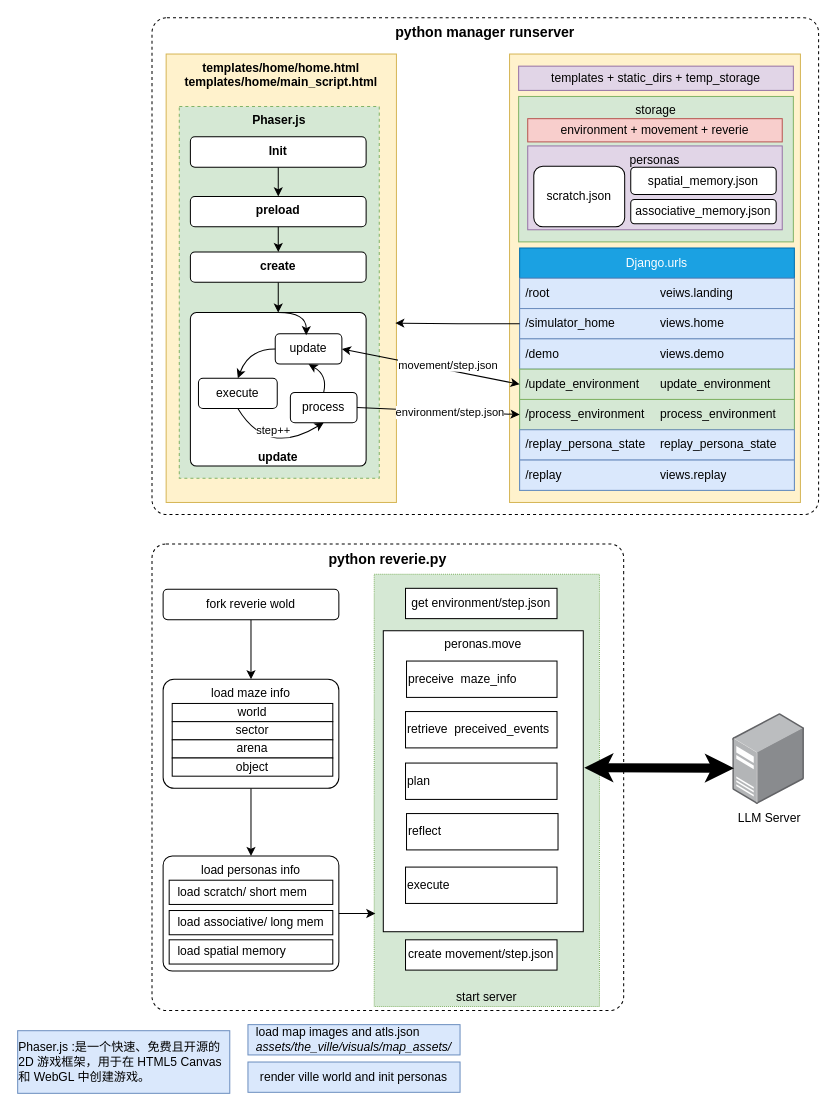
This is page "workflow" (2 of 2) of generative_agents.drawio from fengchutadie/diagram, a draw.io file, before an edit. Source tidied: cells renumbered, new cells numbered last; positions are measured from the earlier drawing's top-left corner, leaving out a move shared by most shapes. Both pictures are drawn from the tidied source at 101%, with x=0, y=0 at pixel (17, 17).
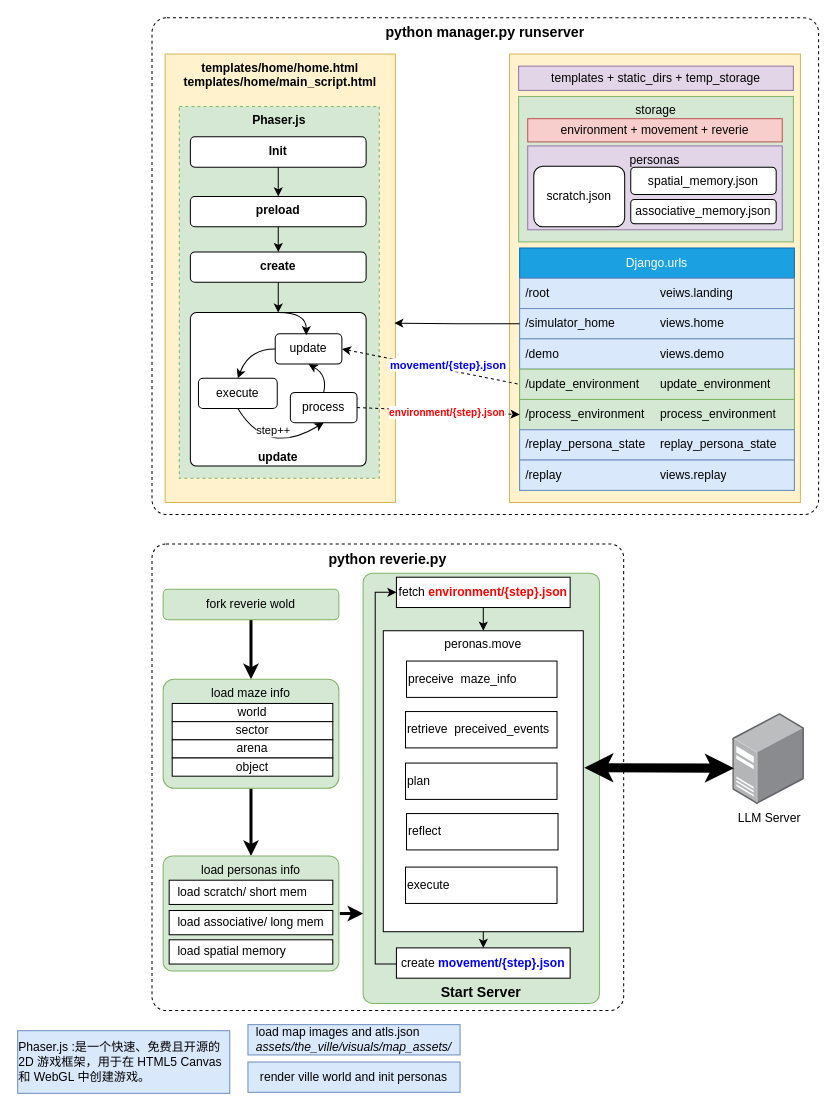
The same diagram, later.

Unchanged cells that the change refers to:
```xml
<mxCell id="10" value="/update_environment&lt;span style=&quot;white-space: pre;&quot;&gt;&#9;&lt;/span&gt;update_environment" style="text;strokeColor=#82b366;fillColor=#d5e8d4;align=left;verticalAlign=middle;spacingLeft=4;spacingRight=4;overflow=hidden;points=[[0,0.5],[1,0.5]];portConstraint=eastwest;whiteSpace=wrap;html=1;" parent="6" vertex="1">
  <mxGeometry y="120" width="272" height="30" as="geometry" />
</mxCell>
<mxCell id="11" value="/process_environment&lt;span style=&quot;white-space: pre;&quot;&gt;&#9;&lt;/span&gt;process_environment" style="text;strokeColor=#82b366;fillColor=#d5e8d4;align=left;verticalAlign=middle;spacingLeft=4;spacingRight=4;overflow=hidden;points=[[0,0.5],[1,0.5]];portConstraint=eastwest;whiteSpace=wrap;html=1;" parent="6" vertex="1">
  <mxGeometry y="150" width="272" height="30" as="geometry" />
</mxCell>
<mxCell id="25" value="update" style="rounded=1;whiteSpace=wrap;html=1;" parent="1" vertex="1">
  <mxGeometry x="255" y="313" width="66" height="30" as="geometry" />
</mxCell>
<mxCell id="27" value="process" style="rounded=1;whiteSpace=wrap;html=1;" parent="1" vertex="1">
  <mxGeometry x="270" y="371" width="66" height="30" as="geometry" />
</mxCell>
<mxCell id="51" value="peronas.move" style="rounded=0;whiteSpace=wrap;html=1;verticalAlign=top;" parent="1" vertex="1">
  <mxGeometry x="362" y="607" width="198" height="298" as="geometry" />
</mxCell>
<mxCell id="57" style="group;" parent="1" vertex="1">
  <mxGeometry x="144" y="655" width="174" height="108" as="geometry" />
</mxCell>
<mxCell id="63" style="group;" parent="1" vertex="1">
  <mxGeometry x="144" y="830" width="174" height="114" as="geometry" />
</mxCell>
```

Diff of the diagram source:
```diff
@@
-    <mxCell id="3" value="start server" style="rounded=0;whiteSpace=wrap;html=1;verticalAlign=bottom;dashed=1;dashPattern=1 1;fillColor=#d5e8d4;strokeColor=#82b366;" parent="1" vertex="1">
-      <mxGeometry x="353" y="551" width="223" height="428" as="geometry" />
-    </mxCell>
+    <mxCell id="71" value="&lt;b&gt;&lt;font style=&quot;font-size: 14px;&quot;&gt;Start Server&lt;/font&gt;&lt;/b&gt;" style="rounded=1;whiteSpace=wrap;html=1;fillColor=#d5e8d4;strokeColor=#82b366;verticalAlign=bottom;arcSize=4;" parent="1" vertex="1">
+      <mxGeometry x="342" y="550" width="234" height="426" as="geometry" />
+    </mxCell>
-    <mxCell id="4" value="&lt;b&gt;&lt;font style=&quot;font-size: 14px;&quot;&gt;python manager runserver&lt;/font&gt;&lt;/b&gt;" style="rounded=1;whiteSpace=wrap;html=1;arcSize=3;dashed=1;verticalAlign=top;" parent="1" vertex="1">
+    <mxCell id="4" value="&lt;b&gt;&lt;font style=&quot;font-size: 14px;&quot;&gt;python manager.py runserver&lt;/font&gt;&lt;/b&gt;" style="rounded=1;whiteSpace=wrap;html=1;arcSize=3;dashed=1;verticalAlign=top;" parent="1" vertex="1">
       <mxGeometry x="133" width="660" height="492" as="geometry" />
     </mxCell>
@@
     <mxCell id="14" value="&lt;b&gt;templates/home/home.html&lt;/b&gt;&lt;div&gt;&lt;b&gt;templates/home/main_script.html&lt;/b&gt;&lt;br&gt;&lt;/div&gt;" style="rounded=0;whiteSpace=wrap;html=1;verticalAlign=top;fillColor=#fff2cc;strokeColor=#d6b656;" parent="1" vertex="1">
-      <mxGeometry x="147" y="36" width="228" height="444" as="geometry" />
+      <mxGeometry x="146" y="36" width="228" height="444" as="geometry" />
     </mxCell>
@@
-    <mxCell id="29" style="rounded=0;jettySize=auto;html=1;entryX=0;entryY=0.5;entryDx=0;entryDy=0;exitX=1;exitY=0.5;exitDx=0;exitDy=0;" parent="1" edge="1" source="27" target="11">
+    <mxCell id="29" style="rounded=0;jettySize=auto;html=1;entryX=0;entryY=0.5;entryDx=0;entryDy=0;exitX=1;exitY=0.5;exitDx=0;exitDy=0;dashed=1;" parent="1" edge="1" source="27" target="11">
       <mxGeometry relative="1" as="geometry" />
     </mxCell>
-    <mxCell id="30" value="environment/step.json" style="edgeLabel;html=1;align=center;verticalAlign=middle;" parent="29" vertex="1">
+    <mxCell id="30" value="&lt;font size=&quot;1&quot; color=&quot;#ff0000&quot;&gt;&lt;b&gt;environment/{step}.json&lt;/b&gt;&lt;/font&gt;" style="edgeLabel;html=1;align=center;verticalAlign=middle;" parent="29" vertex="1">
       <mxGeometry x="-0.05" y="-1" relative="1" as="geometry">
-        <mxPoint x="15" as="offset" />
+        <mxPoint x="12" as="offset" />
       </mxGeometry>
     </mxCell>
-    <mxCell id="31" style="endArrow=classic;startArrow=classic;html=1;rounded=0;entryX=0;entryY=0.5;entryDx=0;entryDy=0;exitX=1;exitY=0.5;exitDx=0;exitDy=0;" parent="1" edge="1" source="25" target="10">
+    <mxCell id="31" style="endArrow=none;startArrow=classic;html=1;rounded=0;entryX=0;entryY=0.5;entryDx=0;entryDy=0;exitX=1;exitY=0.5;exitDx=0;exitDy=0;dashed=1;startFill=1;endFill=0;" parent="1" edge="1" source="25" target="10">
       <mxGeometry relative="1" as="geometry" />
     </mxCell>
-    <mxCell id="32" value="movement/step.json" style="edgeLabel;html=1;align=center;verticalAlign=middle;" parent="31" vertex="1">
+    <mxCell id="32" value="&lt;font color=&quot;#0000ff&quot;&gt;&lt;b&gt;movement/{step}.json&lt;/b&gt;&lt;/font&gt;" style="edgeLabel;html=1;align=center;verticalAlign=middle;" parent="31" vertex="1">
       <mxGeometry x="0.04" relative="1" as="geometry">
         <mxPoint x="13" y="-3" as="offset" />
       </mxGeometry>
     </mxCell>
@@
-    <mxCell id="46" style="edgeStyle=orthogonalEdgeStyle;rounded=0;jettySize=auto;html=1;" parent="1" edge="1" source="47" target="58">
+    <mxCell id="46" style="edgeStyle=orthogonalEdgeStyle;rounded=0;jettySize=auto;html=1;strokeWidth=3;" parent="1" edge="1" source="47" target="58">
       <mxGeometry relative="1" as="geometry" />
     </mxCell>
-    <mxCell id="47" value="fork reverie wold" style="rounded=1;whiteSpace=wrap;html=1;" parent="1" vertex="1">
+    <mxCell id="47" value="fork reverie wold" style="rounded=1;whiteSpace=wrap;html=1;fillColor=#d5e8d4;strokeColor=#82b366;" parent="1" vertex="1">
       <mxGeometry x="144" y="566" width="174" height="30" as="geometry" />
     </mxCell>
-    <mxCell id="48" style="edgeStyle=orthogonalEdgeStyle;rounded=0;jettySize=auto;html=1;entryX=0.5;entryY=0;entryDx=0;entryDy=0;" parent="1" edge="1" source="58" target="64">
+    <mxCell id="48" style="edgeStyle=orthogonalEdgeStyle;rounded=0;jettySize=auto;html=1;entryX=0.5;entryY=0;entryDx=0;entryDy=0;strokeWidth=3;" parent="1" edge="1" source="58" target="64">
       <mxGeometry relative="1" as="geometry" />
     </mxCell>
+    <mxCell id="72" style="edgeStyle=orthogonalEdgeStyle;rounded=0;jettySize=auto;html=1;entryX=0.5;entryY=0;entryDx=0;entryDy=0;" parent="1" edge="1" source="49" target="51">
+      <mxGeometry relative="1" as="geometry" />
+    </mxCell>
-    <mxCell id="49" value="get environment/step.json" style="rounded=0;whiteSpace=wrap;html=1;" parent="1" vertex="1">
-      <mxGeometry x="384" y="565" width="150" height="30" as="geometry" />
+    <mxCell id="49" value="fetch &lt;b&gt;&lt;font color=&quot;#ff0000&quot;&gt;environment/{step}.json&lt;/font&gt;&lt;/b&gt;" style="rounded=0;whiteSpace=wrap;html=1;" parent="1" vertex="1">
+      <mxGeometry x="375" y="554" width="172" height="30" as="geometry" />
     </mxCell>
+    <mxCell id="73" style="edgeStyle=orthogonalEdgeStyle;rounded=0;jettySize=auto;html=1;entryX=0;entryY=0.5;entryDx=0;entryDy=0;exitX=0;exitY=0.5;exitDx=0;exitDy=0;" parent="1" edge="1" source="50" target="49">
+      <mxGeometry relative="1" as="geometry">
+        <Array as="points">
+          <mxPoint x="380" y="937" />
+          <mxPoint x="354" y="937" />
+          <mxPoint x="354" y="569" />
+        </Array>
+      </mxGeometry>
+    </mxCell>
-    <mxCell id="50" value="create movement/step.json" style="rounded=0;whiteSpace=wrap;html=1;" parent="1" vertex="1">
-      <mxGeometry x="384" y="913" width="150" height="30" as="geometry" />
+    <mxCell id="50" value="create &lt;font color=&quot;#0000ff&quot;&gt;&lt;b&gt;movement/{step}.json&lt;/b&gt;&lt;/font&gt;" style="rounded=0;whiteSpace=wrap;html=1;" parent="1" vertex="1">
+      <mxGeometry x="375" y="921" width="172" height="30" as="geometry" />
     </mxCell>
@@
-    <mxCell id="58" value="load maze info" style="rounded=1;whiteSpace=wrap;html=1;verticalAlign=top;arcSize=10;" parent="57" vertex="1">
+    <mxCell id="58" value="load maze info" style="rounded=1;whiteSpace=wrap;html=1;verticalAlign=top;arcSize=10;fillColor=#d5e8d4;strokeColor=#82b366;" parent="57" vertex="1">
       <mxGeometry width="174" height="108" as="geometry" />
     </mxCell>
@@
-    <mxCell id="64" value="load personas info" style="rounded=1;whiteSpace=wrap;html=1;verticalAlign=top;arcSize=8;" parent="63" vertex="1">
+    <mxCell id="64" value="load personas info" style="rounded=1;whiteSpace=wrap;html=1;verticalAlign=top;arcSize=8;fillColor=#d5e8d4;strokeColor=#82b366;" parent="63" vertex="1">
       <mxGeometry width="174" height="114" as="geometry" />
     </mxCell>
@@
-    <mxCell id="68" style="edgeStyle=orthogonalEdgeStyle;rounded=0;jettySize=auto;html=1;entryX=0.005;entryY=0.785;entryDx=0;entryDy=0;entryPerimeter=0;" parent="1" edge="1" source="64" target="3">
-      <mxGeometry relative="1" as="geometry" />
+    <mxCell id="68" style="edgeStyle=orthogonalEdgeStyle;rounded=0;orthogonalLoop=1;jettySize=auto;html=1;strokeWidth=3;" parent="1" edge="1">
+      <mxGeometry relative="1" as="geometry">
+        <mxPoint x="319" y="887" as="sourcePoint" />
+        <mxPoint x="342" y="887" as="targetPoint" />
+      </mxGeometry>
     </mxCell>
@@
+    <mxCell id="74" style="endArrow=classic;html=1;rounded=0;exitX=0.5;exitY=1;exitDx=0;exitDy=0;entryX=0.5;entryY=0;entryDx=0;entryDy=0;" parent="1" edge="1" source="51" target="50">
+      <mxGeometry relative="1" as="geometry" />
+    </mxCell>
```
